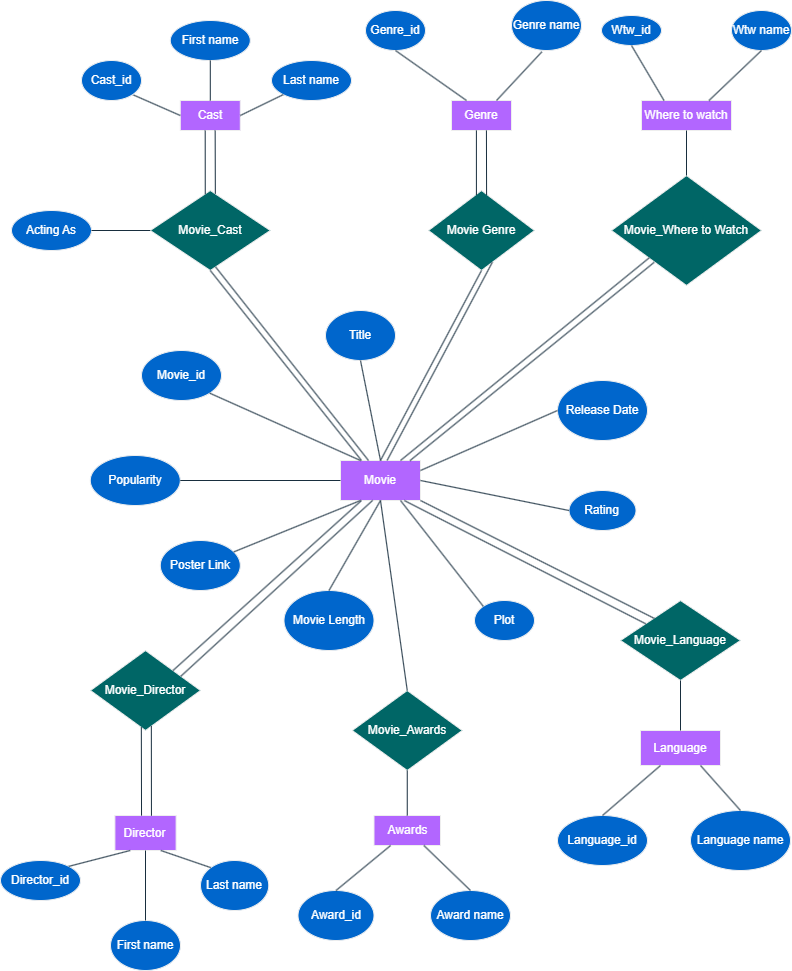
Earlier version of the draw.io export ER diagram.drawio.png (gif1621/desktop-tutorial). Source tidied: cells renumbered, new cells last; positions are measured from the earlier drawing's top-left corner, leaving out a move shared by most shapes.
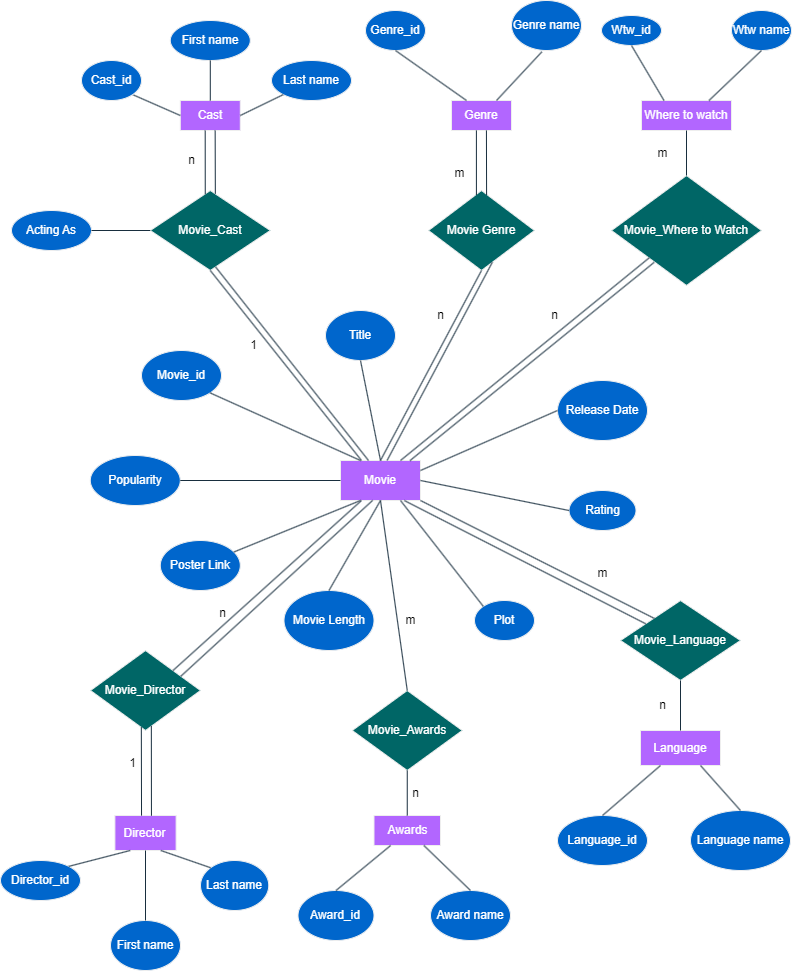
The same file after the commit.

Change to the diagram source:
```diff
@@ -252,5 +252,41 @@
     <mxCell id="81" style="endArrow=none;html=1;rounded=0;entryX=0.284;entryY=0.79;entryDx=0;entryDy=0;entryPerimeter=0;exitX=0.869;exitY=0.002;exitDx=0;exitDy=0;exitPerimeter=0;labelBackgroundColor=none;strokeColor=#182E3E;fontColor=default;" parent="1" edge="1" source="30" target="22">
       <mxGeometry relative="1" as="geometry" />
     </mxCell>
+    <mxCell id="82" value="n" style="text;html=1;align=center;verticalAlign=middle;strokeColor=none;fillColor=none;" parent="1" vertex="1">
+      <mxGeometry x="175.6" y="145" width="30" height="30" as="geometry" />
+    </mxCell>
+    <mxCell id="83" value="1" style="text;html=1;align=center;verticalAlign=middle;strokeColor=none;fillColor=none;" parent="1" vertex="1">
+      <mxGeometry x="238.2" y="330" width="30" height="30" as="geometry" />
+    </mxCell>
+    <mxCell id="84" value="m" style="text;html=1;align=center;verticalAlign=middle;strokeColor=none;fillColor=none;" parent="1" vertex="1">
+      <mxGeometry x="444" y="158" width="30" height="30" as="geometry" />
+    </mxCell>
+    <mxCell id="85" value="n" style="text;html=1;align=center;verticalAlign=middle;strokeColor=none;fillColor=none;" parent="1" vertex="1">
+      <mxGeometry x="425" y="300" width="30" height="30" as="geometry" />
+    </mxCell>
+    <mxCell id="86" value="m" style="text;html=1;align=center;verticalAlign=middle;strokeColor=none;fillColor=none;" parent="1" vertex="1">
+      <mxGeometry x="647" y="138" width="30" height="30" as="geometry" />
+    </mxCell>
+    <mxCell id="87" value="n" style="text;html=1;align=center;verticalAlign=middle;strokeColor=none;fillColor=none;" parent="1" vertex="1">
+      <mxGeometry x="538.5" y="300" width="30" height="30" as="geometry" />
+    </mxCell>
+    <mxCell id="88" value="n" style="text;html=1;align=center;verticalAlign=middle;strokeColor=none;fillColor=none;" parent="1" vertex="1">
+      <mxGeometry x="207" y="598" width="30" height="30" as="geometry" />
+    </mxCell>
+    <mxCell id="89" value="1" style="text;html=1;align=center;verticalAlign=middle;strokeColor=none;fillColor=none;" parent="1" vertex="1">
+      <mxGeometry x="117" y="748" width="30" height="30" as="geometry" />
+    </mxCell>
+    <mxCell id="90" value="m" style="text;html=1;align=center;verticalAlign=middle;strokeColor=none;fillColor=none;" parent="1" vertex="1">
+      <mxGeometry x="395" y="605" width="30" height="30" as="geometry" />
+    </mxCell>
+    <mxCell id="91" value="n" style="text;html=1;align=center;verticalAlign=middle;strokeColor=none;fillColor=none;" parent="1" vertex="1">
+      <mxGeometry x="400" y="778" width="30" height="30" as="geometry" />
+    </mxCell>
+    <mxCell id="92" value="m" style="text;html=1;align=center;verticalAlign=middle;strokeColor=none;fillColor=none;" parent="1" vertex="1">
+      <mxGeometry x="587" y="558" width="30" height="30" as="geometry" />
+    </mxCell>
+    <mxCell id="93" value="n" style="text;html=1;align=center;verticalAlign=middle;strokeColor=none;fillColor=none;" parent="1" vertex="1">
+      <mxGeometry x="647" y="690" width="30" height="30" as="geometry" />
+    </mxCell>
   </root>
 </mxGraphModel>
```
